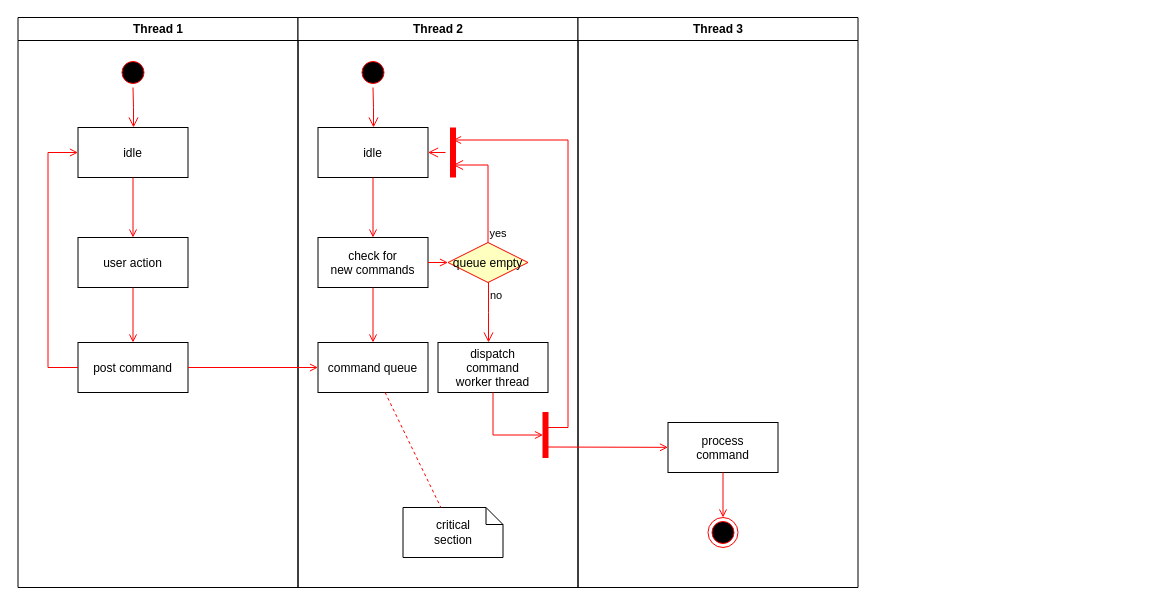
Earlier version of the draw.io diagram 20250217.drawio (Scorpio-nan/draw-io-workspace). Source tidied: cells renumbered, new cells numbered last; positions are measured from the earlier drawing's top-left corner, leaving out a move shared by most shapes. Both pictures are drawn from the tidied source at 100%, with x=0, y=0 at pixel (17, 17).
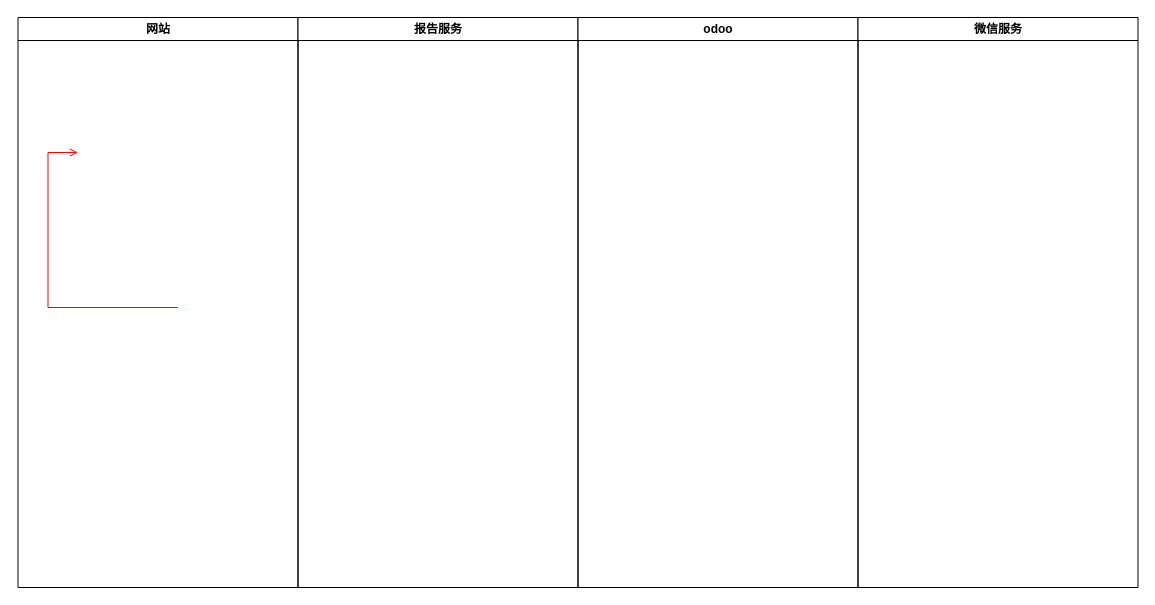
The same diagram, later.

Diff of the diagram source:
```diff
@@
-    <mxCell id="2" value="Thread 1" style="swimlane;whiteSpace=wrap;" parent="1" vertex="1">
+    <mxCell id="2" value="网站" style="swimlane;whiteSpace=wrap;" parent="1" vertex="1">
       <mxGeometry x="0.5" width="280" height="570" as="geometry" />
     </mxCell>
-    <mxCell id="3" style="ellipse;shape=startState;fillColor=#000000;strokeColor=#ff0000;" parent="2" vertex="1">
-      <mxGeometry x="100" y="40" width="30" height="30" as="geometry" />
-    </mxCell>
-    <mxCell id="4" style="edgeStyle=elbowEdgeStyle;elbow=horizontal;verticalAlign=bottom;endArrow=open;endSize=8;strokeColor=#FF0000;endFill=1;rounded=0;" parent="2" edge="1" source="3" target="5">
-      <mxGeometry x="100" y="40" as="geometry" />
-    </mxCell>
-    <mxCell id="5" value="idle" parent="2" vertex="1">
-      <mxGeometry x="60" y="110" width="110" height="50" as="geometry" />
-    </mxCell>
-    <mxCell id="6" value="user action" parent="2" vertex="1">
-      <mxGeometry x="60" y="220" width="110" height="50" as="geometry" />
-    </mxCell>
-    <mxCell id="7" style="endArrow=open;strokeColor=#FF0000;endFill=1;rounded=0;" parent="2" edge="1" source="5" target="6">
-      <mxGeometry relative="1" as="geometry" />
-    </mxCell>
-    <mxCell id="8" value="post command" parent="2" vertex="1">
-      <mxGeometry x="60" y="325" width="110" height="50" as="geometry" />
-    </mxCell>
-    <mxCell id="9" style="endArrow=open;strokeColor=#FF0000;endFill=1;rounded=0;" parent="2" edge="1" source="6" target="8">
-      <mxGeometry relative="1" as="geometry" />
-    </mxCell>
-    <mxCell id="10" style="edgeStyle=elbowEdgeStyle;elbow=horizontal;strokeColor=#FF0000;endArrow=open;endFill=1;rounded=0;" parent="2" edge="1" source="8" target="5">
+    <mxCell id="10" style="edgeStyle=elbowEdgeStyle;elbow=horizontal;strokeColor=#FF0000;endArrow=open;endFill=1;rounded=0;" parent="2" edge="1">
       <mxGeometry relative="1" as="geometry">
+        <mxPoint x="160" y="290" as="sourcePoint" />
+        <mxPoint x="60" y="135" as="targetPoint" />
         <Array as="points">
           <mxPoint x="30" y="250" />
         </Array>
       </mxGeometry>
     </mxCell>
-    <mxCell id="11" value="Thread 2" style="swimlane;whiteSpace=wrap;" parent="1" vertex="1">
+    <mxCell id="11" value="报告服务" style="swimlane;whiteSpace=wrap;" parent="1" vertex="1">
       <mxGeometry x="280.5" width="280" height="570" as="geometry" />
     </mxCell>
-    <mxCell id="12" style="ellipse;shape=startState;fillColor=#000000;strokeColor=#ff0000;" parent="11" vertex="1">
-      <mxGeometry x="60" y="40" width="30" height="30" as="geometry" />
-    </mxCell>
-    <mxCell id="13" style="edgeStyle=elbowEdgeStyle;elbow=horizontal;verticalAlign=bottom;endArrow=open;endSize=8;strokeColor=#FF0000;endFill=1;rounded=0;" parent="11" edge="1" source="12" target="14">
-      <mxGeometry x="40" y="20" as="geometry" />
-    </mxCell>
-    <mxCell id="14" value="idle" parent="11" vertex="1">
-      <mxGeometry x="20" y="110" width="110" height="50" as="geometry" />
-    </mxCell>
-    <mxCell id="15" value="check for &#10;new commands" parent="11" vertex="1">
-      <mxGeometry x="20" y="220" width="110" height="50" as="geometry" />
-    </mxCell>
-    <mxCell id="16" style="endArrow=open;strokeColor=#FF0000;endFill=1;rounded=0;" parent="11" edge="1" source="14" target="15">
-      <mxGeometry relative="1" as="geometry" />
-    </mxCell>
-    <mxCell id="17" value="command queue" parent="11" vertex="1">
-      <mxGeometry x="20" y="325" width="110" height="50" as="geometry" />
-    </mxCell>
-    <mxCell id="18" style="endArrow=open;strokeColor=#FF0000;endFill=1;rounded=0;" parent="11" edge="1" source="15" target="17">
-      <mxGeometry relative="1" as="geometry" />
-    </mxCell>
-    <mxCell id="19" value="queue empty" style="rhombus;fillColor=#ffffc0;strokeColor=#ff0000;" parent="11" vertex="1">
-      <mxGeometry x="150" y="225" width="80" height="40" as="geometry" />
-    </mxCell>
-    <mxCell id="20" value="yes" style="edgeStyle=elbowEdgeStyle;elbow=horizontal;align=left;verticalAlign=bottom;endArrow=open;endSize=8;strokeColor=#FF0000;exitX=0.5;exitY=0;endFill=1;rounded=0;entryX=0.75;entryY=0.5;entryPerimeter=0;" parent="11" edge="1" source="19" target="23">
-      <mxGeometry x="-1" relative="1" as="geometry">
-        <Array as="points">
-          <mxPoint x="190" y="180" />
-        </Array>
-      </mxGeometry>
-    </mxCell>
-    <mxCell id="21" value="no" style="edgeStyle=elbowEdgeStyle;elbow=horizontal;align=left;verticalAlign=top;endArrow=open;endSize=8;strokeColor=#FF0000;endFill=1;rounded=0;" parent="11" edge="1" source="19" target="25">
-      <mxGeometry x="-1" relative="1" as="geometry" />
-    </mxCell>
-    <mxCell id="22" style="endArrow=open;strokeColor=#FF0000;endFill=1;rounded=0;" parent="11" edge="1" source="15" target="19">
-      <mxGeometry relative="1" as="geometry" />
-    </mxCell>
-    <mxCell id="23" style="shape=line;strokeWidth=6;strokeColor=#ff0000;rotation=90;" parent="11" vertex="1">
-      <mxGeometry x="130" y="127.5" width="50" height="15" as="geometry" />
-    </mxCell>
-    <mxCell id="24" style="edgeStyle=elbowEdgeStyle;elbow=horizontal;verticalAlign=bottom;endArrow=open;endSize=8;strokeColor=#FF0000;endFill=1;rounded=0;" parent="11" edge="1" source="23" target="14">
-      <mxGeometry x="130" y="90" as="geometry" />
-    </mxCell>
-    <mxCell id="25" value="dispatch&#10;command&#10;worker thread" parent="11" vertex="1">
-      <mxGeometry x="140" y="325" width="110" height="50" as="geometry" />
-    </mxCell>
-    <mxCell id="26" value="critical&#10;section" style="shape=note;whiteSpace=wrap;size=17;" parent="11" vertex="1">
-      <mxGeometry x="105" y="490" width="100" height="50" as="geometry" />
-    </mxCell>
-    <mxCell id="27" style="endArrow=none;strokeColor=#FF0000;endFill=0;rounded=0;dashed=1;" parent="11" edge="1" source="17" target="26">
-      <mxGeometry relative="1" as="geometry" />
-    </mxCell>
-    <mxCell id="28" style="whiteSpace=wrap;strokeColor=#FF0000;fillColor=#FF0000;" parent="11" vertex="1">
-      <mxGeometry x="245" y="395" width="5" height="45" as="geometry" />
-    </mxCell>
-    <mxCell id="29" style="edgeStyle=elbowEdgeStyle;elbow=horizontal;entryX=0;entryY=0.5;strokeColor=#FF0000;endArrow=open;endFill=1;rounded=0;" parent="11" edge="1" source="25" target="28">
-      <mxGeometry relative="1" as="geometry">
-        <Array as="points">
-          <mxPoint x="195" y="400" />
-        </Array>
-      </mxGeometry>
-    </mxCell>
-    <mxCell id="30" value="Thread 3" style="swimlane;whiteSpace=wrap;" parent="1" vertex="1">
+    <mxCell id="30" value="odoo" style="swimlane;whiteSpace=wrap;" parent="1" vertex="1">
       <mxGeometry x="560.5" width="280" height="570" as="geometry" />
     </mxCell>
-    <mxCell id="31" value="process&#10;command" parent="30" vertex="1">
-      <mxGeometry x="90" y="405" width="110" height="50" as="geometry" />
-    </mxCell>
-    <mxCell id="32" style="edgeStyle=elbowEdgeStyle;elbow=horizontal;strokeColor=#FF0000;endArrow=open;endFill=1;rounded=0;entryX=0.25;entryY=0.5;entryPerimeter=0;" parent="30" edge="1" target="23">
-      <mxGeometry relative="1" as="geometry">
-        <mxPoint x="-30" y="410" as="sourcePoint" />
-        <Array as="points">
-          <mxPoint x="-10" y="135" />
-        </Array>
-      </mxGeometry>
-    </mxCell>
-    <mxCell id="33" style="edgeStyle=none;strokeColor=#FF0000;endArrow=open;endFill=1;rounded=0;" parent="30" edge="1" target="31">
-      <mxGeometry relative="1" as="geometry">
-        <mxPoint x="-30" y="429.5" as="sourcePoint" />
-      </mxGeometry>
-    </mxCell>
-    <mxCell id="34" style="ellipse;shape=endState;fillColor=#000000;strokeColor=#ff0000;" parent="30" vertex="1">
-      <mxGeometry x="130" y="500" width="30" height="30" as="geometry" />
-    </mxCell>
-    <mxCell id="35" style="endArrow=open;strokeColor=#FF0000;endFill=1;rounded=0;" parent="30" edge="1" source="31" target="34">
-      <mxGeometry relative="1" as="geometry" />
-    </mxCell>
-    <mxCell id="36" style="endArrow=open;strokeColor=#FF0000;endFill=1;rounded=0;" parent="1" edge="1" source="8" target="17">
-      <mxGeometry relative="1" as="geometry" />
-    </mxCell>
+    <mxCell id="37" value="微信服务" style="swimlane;whiteSpace=wrap;" parent="1" vertex="1">
+      <mxGeometry x="840.5" width="280" height="570" as="geometry" />
+    </mxCell>
```
